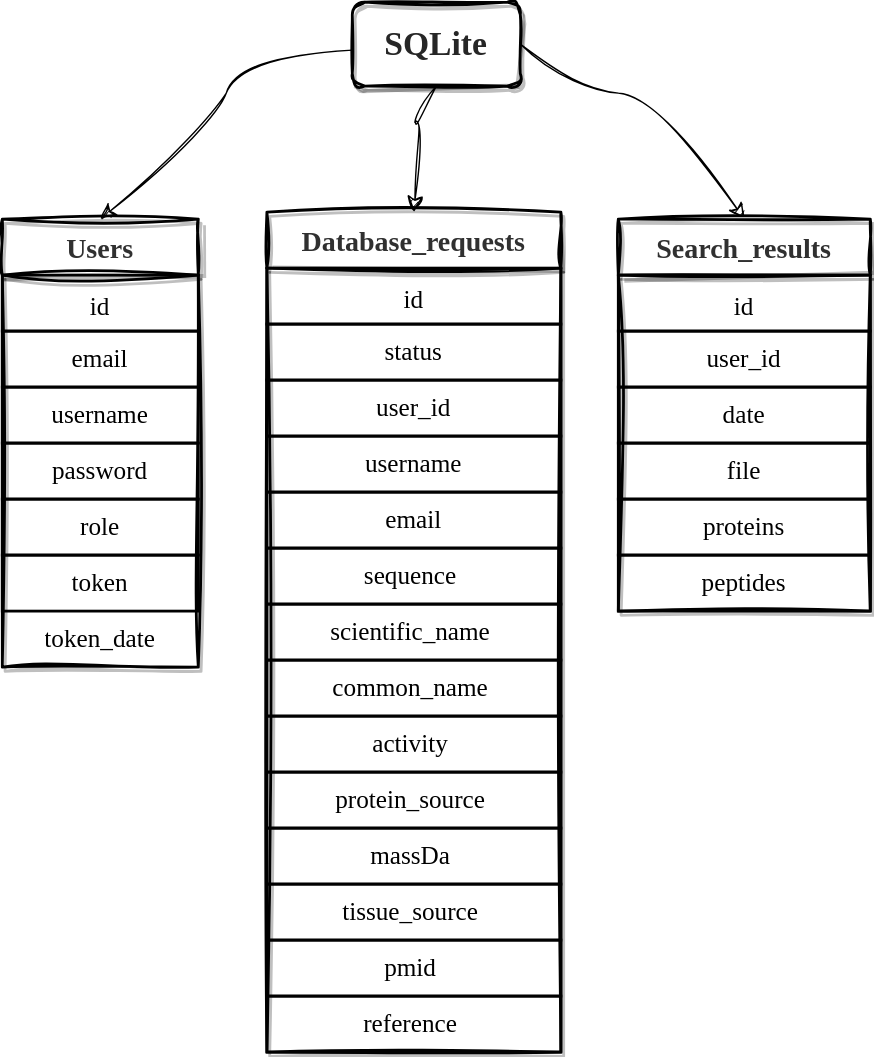
Before: static/images/database.drawio.svg, a diagram exported from draw.io (exPriceD/UniPeptides-Website). Source tidied: cells renumbered, new cells last; positions are measured from the earlier drawing's top-left corner, leaving out a move shared by most shapes.
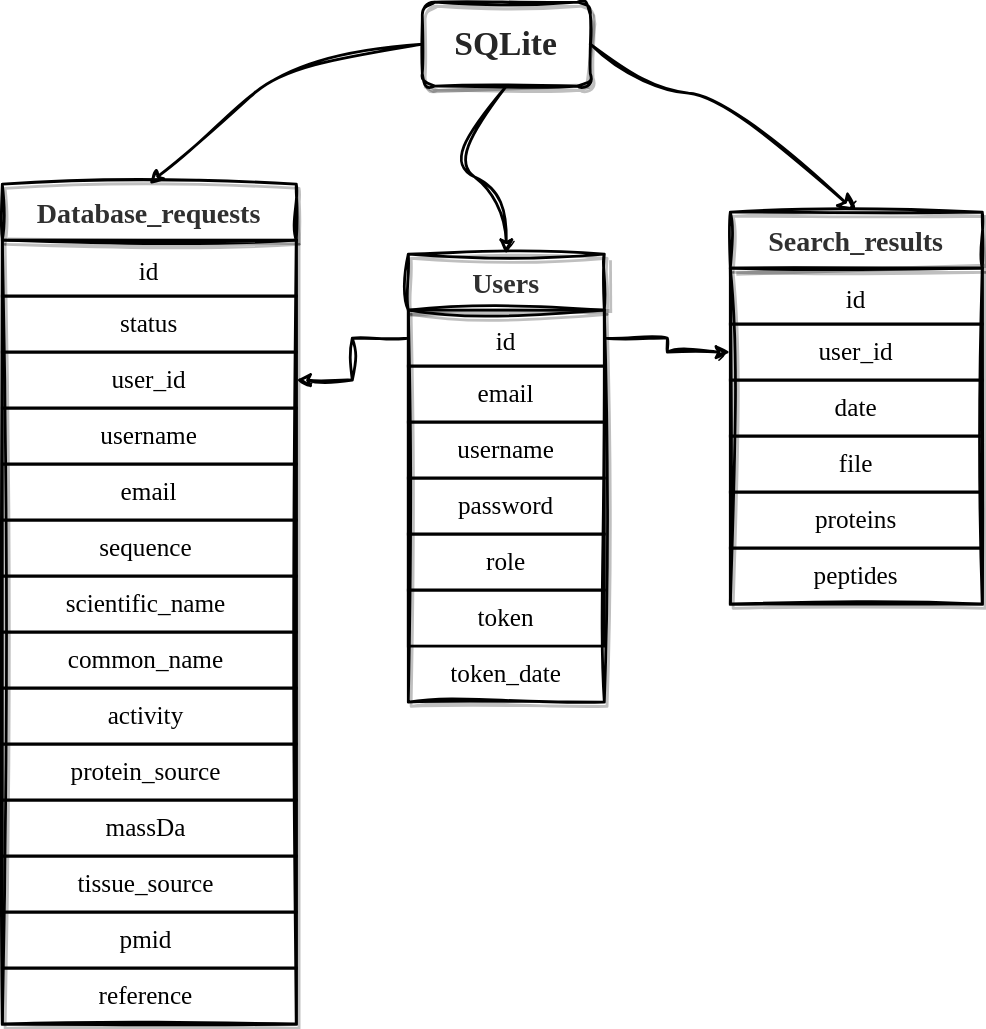
The same file after the commit.

Change to the diagram source:
```diff
@@ -5,16 +5,8 @@
     <mxCell id="2" value="&lt;font face=&quot;Comic Sans MS&quot; style=&quot;font-size: 24px;&quot;&gt;&lt;b&gt;SQLite&lt;/b&gt;&lt;/font&gt;" style="rounded=1;whiteSpace=wrap;html=1;sketch=1;curveFitting=1;jiggle=2;strokeWidth=2;glass=0;shadow=1;fontColor=#262626;" parent="1" vertex="1">
       <mxGeometry x="250" width="120" height="60" as="geometry" />
     </mxCell>
-    <mxCell id="3" style="curved=1;endArrow=classic;html=1;rounded=0;entryX=0.5;entryY=0;entryDx=0;entryDy=0;endSize=9;sketch=1;curveFitting=1;jiggle=2;" parent="1" edge="1" source="2" target="4">
-      <mxGeometry relative="1" as="geometry">
-        <Array as="points">
-          <mxPoint x="170" y="40" />
-          <mxPoint x="150" y="90" />
-        </Array>
-      </mxGeometry>
-    </mxCell>
     <mxCell id="4" value="&lt;font face=&quot;Comic Sans MS&quot; style=&quot;font-size: 20px;&quot;&gt;&lt;b&gt;Users&lt;/b&gt;&lt;/font&gt;" style="swimlane;fontStyle=0;horizontal=1;startSize=40;whiteSpace=wrap;html=1;rounded=0;sketch=1;curveFitting=1;jiggle=2;strokeWidth=2;shadow=1;fontColor=#303030;" parent="1" vertex="1">
-      <mxGeometry y="155" width="140" height="320" as="geometry" />
+      <mxGeometry x="240" y="180" width="140" height="320" as="geometry" />
     </mxCell>
     <mxCell id="5" value="&lt;font face=&quot;Comic Sans MS&quot; style=&quot;font-size: 18px;&quot;&gt;id&lt;/font&gt;" style="text;strokeColor=default;fillColor=none;align=center;verticalAlign=middle;spacingLeft=4;spacingRight=4;overflow=hidden;points=[[0,0.5],[1,0.5]];portConstraint=eastwest;whiteSpace=wrap;html=1;labelBackgroundColor=none;labelBorderColor=none;spacingBottom=0;fontStyle=0;spacingTop=6;strokeWidth=2;" parent="4" vertex="1">
       <mxGeometry y="40" width="140" height="40" as="geometry" />
@@ -37,7 +29,7 @@
     <mxCell id="11" value="&lt;div style=&quot;&quot;&gt;&lt;span style=&quot;font-size: 18px; background-color: initial;&quot;&gt;&lt;font face=&quot;Comic Sans MS&quot;&gt;token_date&lt;/font&gt;&lt;/span&gt;&lt;/div&gt;" style="text;strokeColor=none;fillColor=none;align=center;verticalAlign=middle;spacingLeft=4;spacingRight=4;overflow=hidden;whiteSpace=wrap;html=1;" parent="4" vertex="1">
       <mxGeometry y="280" width="140" height="40" as="geometry" />
     </mxCell>
-    <mxCell id="12" style="curved=1;endArrow=classic;html=1;rounded=0;endSize=9;sketch=1;curveFitting=1;jiggle=2;exitX=1;exitY=0.5;exitDx=0;exitDy=0;entryX=0.5;entryY=0;entryDx=0;entryDy=0;" parent="1" edge="1" source="2" target="13">
+    <mxCell id="12" style="curved=1;endArrow=classic;html=1;rounded=0;endSize=9;sketch=1;curveFitting=1;jiggle=2;exitX=1;exitY=0.5;exitDx=0;exitDy=0;entryX=0.5;entryY=0;entryDx=0;entryDy=0;strokeWidth=2;" parent="1" edge="1" source="2" target="13">
       <mxGeometry relative="1" as="geometry">
         <Array as="points">
           <mxPoint x="410" y="60" />
@@ -46,7 +38,7 @@
       </mxGeometry>
     </mxCell>
     <mxCell id="13" value="&lt;font face=&quot;Comic Sans MS&quot; style=&quot;font-size: 20px;&quot;&gt;&lt;b&gt;Search_results&lt;/b&gt;&lt;/font&gt;" style="swimlane;fontStyle=0;horizontal=1;startSize=40;whiteSpace=wrap;html=1;rounded=0;sketch=1;curveFitting=1;jiggle=2;strokeWidth=2;shadow=1;fontColor=#303030;" parent="1" vertex="1">
-      <mxGeometry x="440" y="155" width="180" height="280" as="geometry" />
+      <mxGeometry x="470" y="150" width="180" height="280" as="geometry" />
     </mxCell>
     <mxCell id="14" value="&lt;font face=&quot;Comic Sans MS&quot; style=&quot;font-size: 18px;&quot;&gt;id&lt;/font&gt;" style="text;strokeColor=default;fillColor=none;align=center;verticalAlign=middle;spacingLeft=4;spacingRight=4;overflow=hidden;whiteSpace=wrap;html=1;labelBackgroundColor=none;labelBorderColor=none;spacingBottom=0;fontStyle=0;spacingTop=6;strokeWidth=2;" parent="13" vertex="1">
       <mxGeometry y="40" width="180" height="40" as="geometry" />
@@ -67,7 +59,7 @@
       <mxGeometry y="240" width="180" height="40" as="geometry" />
     </mxCell>
     <mxCell id="20" value="&lt;font face=&quot;Comic Sans MS&quot; style=&quot;font-size: 20px;&quot;&gt;&lt;b&gt;Database_requests&lt;/b&gt;&lt;/font&gt;" style="swimlane;fontStyle=0;horizontal=1;startSize=40;whiteSpace=wrap;html=1;rounded=0;sketch=1;curveFitting=1;jiggle=2;strokeWidth=2;shadow=1;fontColor=#303030;" parent="1" vertex="1">
-      <mxGeometry x="189" y="150" width="210" height="600" as="geometry" />
+      <mxGeometry x="-50" y="130" width="210" height="600" as="geometry" />
     </mxCell>
     <mxCell id="21" value="&lt;font face=&quot;Comic Sans MS&quot; style=&quot;font-size: 18px;&quot;&gt;id&lt;/font&gt;" style="text;strokeColor=default;fillColor=none;align=center;verticalAlign=middle;spacingLeft=4;spacingRight=4;overflow=hidden;whiteSpace=wrap;html=1;labelBackgroundColor=none;labelBorderColor=none;spacingBottom=0;fontStyle=0;spacingTop=6;strokeWidth=2;" parent="20" vertex="1">
       <mxGeometry y="40" width="210" height="40" as="geometry" />
@@ -111,13 +103,27 @@
     <mxCell id="34" value="&lt;div style=&quot;font-size: 18px;&quot;&gt;&lt;font face=&quot;Comic Sans MS&quot; style=&quot;font-size: 18px;&quot;&gt;reference&amp;nbsp;&lt;/font&gt;&lt;br style=&quot;font-size: 18px;&quot;&gt;&lt;/div&gt;" style="text;strokeColor=default;fillColor=none;align=center;verticalAlign=middle;spacingLeft=4;spacingRight=4;overflow=hidden;whiteSpace=wrap;html=1;strokeWidth=2;fontSize=18;" parent="20" vertex="1">
       <mxGeometry y="560" width="210" height="40" as="geometry" />
     </mxCell>
+    <mxCell id="36" style="edgeStyle=orthogonalEdgeStyle;rounded=0;jettySize=auto;html=1;exitX=0;exitY=0.5;exitDx=0;exitDy=0;entryX=1;entryY=0.5;entryDx=0;entryDy=0;strokeWidth=2;sketch=1;curveFitting=1;jiggle=2;" parent="1" edge="1" source="5" target="23">
+      <mxGeometry relative="1" as="geometry" />
+    </mxCell>
+    <mxCell id="37" style="edgeStyle=orthogonalEdgeStyle;rounded=0;jettySize=auto;html=1;exitX=1;exitY=0.5;exitDx=0;exitDy=0;entryX=0;entryY=0.5;entryDx=0;entryDy=0;strokeWidth=2;sketch=1;curveFitting=1;jiggle=2;" parent="1" edge="1" source="5" target="15">
+      <mxGeometry relative="1" as="geometry" />
+    </mxCell>
-    <mxCell id="35" style="curved=1;endArrow=classic;html=1;rounded=0;endSize=9;sketch=1;curveFitting=1;jiggle=2;exitX=0.5;exitY=1;exitDx=0;exitDy=0;entryX=0.5;entryY=0;entryDx=0;entryDy=0;" parent="1" edge="1" source="2" target="20">
+    <mxCell id="35" style="curved=1;endArrow=classic;html=1;rounded=0;exitX=0;exitY=0.5;exitDx=0;exitDy=0;entryX=0.5;entryY=0;entryDx=0;entryDy=0;sketch=1;curveFitting=1;jiggle=2;strokeWidth=2;" parent="1" edge="1" source="2" target="20">
       <mxGeometry relative="1" as="geometry">
         <Array as="points">
-          <mxPoint x="290" y="90" />
-          <mxPoint x="300" y="80" />
+          <mxPoint x="160" y="40" />
+          <mxPoint x="100" y="90" />
         </Array>
       </mxGeometry>
     </mxCell>
+    <mxCell id="3" style="curved=1;endArrow=classic;html=1;rounded=0;exitX=0.5;exitY=1;exitDx=0;exitDy=0;entryX=0.5;entryY=0;entryDx=0;entryDy=0;strokeWidth=2;sketch=1;curveFitting=1;jiggle=2;" parent="1" edge="1" source="2" target="4">
+      <mxGeometry relative="1" as="geometry">
+        <Array as="points">
+          <mxPoint x="265" y="110" />
+          <mxPoint x="310" y="140" />
+        </Array>
+      </mxGeometry>
+    </mxCell>
   </root>
 </mxGraphModel>
```
